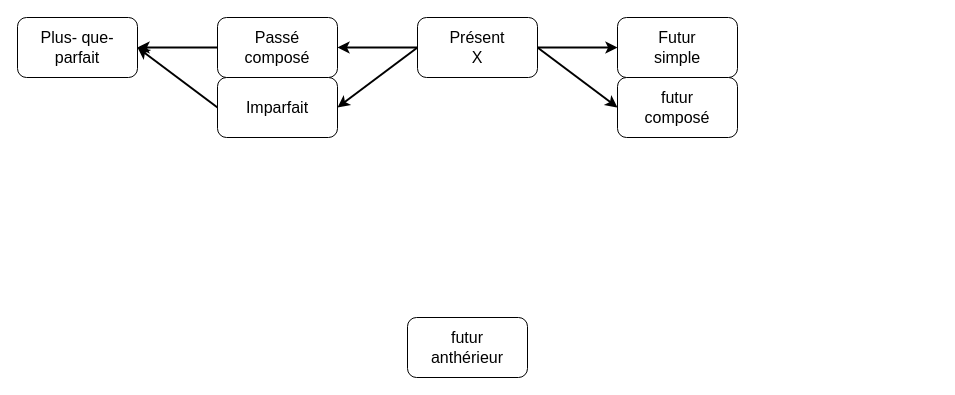
Above: _Sonstige_/Diagramme/XML/Zeitengefüge im Französischen.drawio in Maxbleibtgeheim/WBS-Norderstedt (draw.io), before the change. Source tidied: cells renumbered, new cells numbered last; positions are measured from the earlier drawing's top-left corner, leaving out a move shared by most shapes. Both pictures are drawn from the tidied source at 100%, with x=0, y=0 at pixel (17, 17).
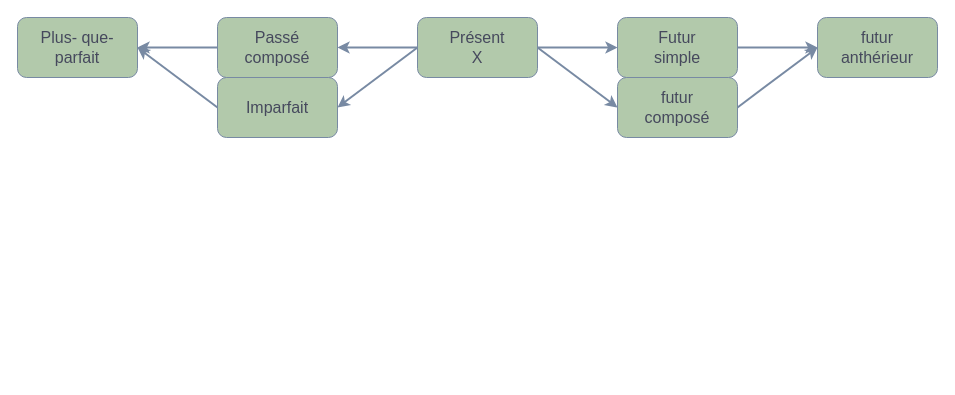
The same diagram, later.

Diff of the diagram source:
```diff
@@
 <mxGraphModel>
   <root>
     <mxCell id="0" />
     <mxCell id="1" parent="0" />
-    <mxCell id="2" style="rounded=0;jettySize=auto;html=1;strokeWidth=2;" parent="1" edge="1" source="6" target="7">
+    <mxCell id="2" style="rounded=0;jettySize=auto;html=1;strokeWidth=2;labelBackgroundColor=none;strokeColor=#788AA3;fontColor=default;" parent="1" edge="1" source="6" target="7">
       <mxGeometry relative="1" as="geometry" />
     </mxCell>
-    <mxCell id="3" style="rounded=0;jettySize=auto;html=1;strokeWidth=2;" parent="1" edge="1" source="6" target="9">
+    <mxCell id="3" style="rounded=0;jettySize=auto;html=1;strokeWidth=2;labelBackgroundColor=none;strokeColor=#788AA3;fontColor=default;" parent="1" edge="1" source="6" target="9">
       <mxGeometry relative="1" as="geometry" />
     </mxCell>
-    <mxCell id="4" style="rounded=0;jettySize=auto;html=1;entryX=1;entryY=0.5;entryDx=0;entryDy=0;exitX=0;exitY=0.5;exitDx=0;exitDy=0;strokeWidth=2;" parent="1" edge="1" source="6" target="11">
+    <mxCell id="4" style="rounded=0;jettySize=auto;html=1;entryX=1;entryY=0.5;entryDx=0;entryDy=0;exitX=0;exitY=0.5;exitDx=0;exitDy=0;strokeWidth=2;labelBackgroundColor=none;strokeColor=#788AA3;fontColor=default;" parent="1" edge="1" source="6" target="11">
       <mxGeometry relative="1" as="geometry" />
     </mxCell>
-    <mxCell id="5" style="rounded=0;jettySize=auto;html=1;entryX=0;entryY=0.5;entryDx=0;entryDy=0;exitX=1;exitY=0.5;exitDx=0;exitDy=0;strokeWidth=2;" parent="1" edge="1" source="6" target="13">
+    <mxCell id="5" style="rounded=0;jettySize=auto;html=1;entryX=0;entryY=0.5;entryDx=0;entryDy=0;exitX=1;exitY=0.5;exitDx=0;exitDy=0;strokeWidth=2;labelBackgroundColor=none;strokeColor=#788AA3;fontColor=default;" parent="1" edge="1" source="6" target="13">
       <mxGeometry relative="1" as="geometry" />
     </mxCell>
-    <mxCell id="6" value="&lt;div&gt;&lt;font style=&quot;font-size: 16px;&quot;&gt;Présent&lt;/font&gt;&lt;/div&gt;&lt;div&gt;&lt;font style=&quot;font-size: 16px;&quot;&gt;X&lt;/font&gt;&lt;/div&gt;" style="rounded=1;whiteSpace=wrap;html=1;" parent="1" vertex="1">
+    <mxCell id="6" value="&lt;div&gt;&lt;font style=&quot;font-size: 16px;&quot;&gt;Présent&lt;/font&gt;&lt;/div&gt;&lt;div&gt;&lt;font style=&quot;font-size: 16px;&quot;&gt;X&lt;/font&gt;&lt;/div&gt;" style="rounded=1;whiteSpace=wrap;html=1;labelBackgroundColor=none;fillColor=#B2C9AB;strokeColor=#788AA3;fontColor=#46495D;" parent="1" vertex="1">
       <mxGeometry x="400" width="120" height="60" as="geometry" />
     </mxCell>
+    <mxCell id="15" style="edgeStyle=orthogonalEdgeStyle;rounded=0;jettySize=auto;html=1;strokeWidth=2;labelBackgroundColor=none;strokeColor=#788AA3;fontColor=default;" parent="1" edge="1" source="7" target="14">
+      <mxGeometry relative="1" as="geometry" />
+    </mxCell>
-    <mxCell id="7" value="&lt;div&gt;&lt;font style=&quot;font-size: 16px;&quot;&gt;Futur&lt;/font&gt;&lt;/div&gt;&lt;div&gt;&lt;font style=&quot;font-size: 16px;&quot;&gt;simple&lt;/font&gt;&lt;/div&gt;" style="rounded=1;whiteSpace=wrap;html=1;" parent="1" vertex="1">
+    <mxCell id="7" value="&lt;div&gt;&lt;font style=&quot;font-size: 16px;&quot;&gt;Futur&lt;/font&gt;&lt;/div&gt;&lt;div&gt;&lt;font style=&quot;font-size: 16px;&quot;&gt;simple&lt;/font&gt;&lt;/div&gt;" style="rounded=1;whiteSpace=wrap;html=1;labelBackgroundColor=none;fillColor=#B2C9AB;strokeColor=#788AA3;fontColor=#46495D;" parent="1" vertex="1">
       <mxGeometry x="600" width="120" height="60" as="geometry" />
     </mxCell>
-    <mxCell id="8" style="rounded=0;jettySize=auto;html=1;strokeWidth=2;" parent="1" edge="1" source="9" target="12">
+    <mxCell id="8" style="rounded=0;jettySize=auto;html=1;strokeWidth=2;labelBackgroundColor=none;strokeColor=#788AA3;fontColor=default;" parent="1" edge="1" source="9" target="12">
       <mxGeometry relative="1" as="geometry" />
     </mxCell>
-    <mxCell id="9" value="&lt;div&gt;&lt;font style=&quot;font-size: 16px;&quot;&gt;Passé&lt;/font&gt;&lt;/div&gt;&lt;div&gt;&lt;font style=&quot;font-size: 16px;&quot;&gt;composé&lt;/font&gt;&lt;/div&gt;" style="rounded=1;whiteSpace=wrap;html=1;" parent="1" vertex="1">
+    <mxCell id="9" value="&lt;div&gt;&lt;font style=&quot;font-size: 16px;&quot;&gt;Passé&lt;/font&gt;&lt;/div&gt;&lt;div&gt;&lt;font style=&quot;font-size: 16px;&quot;&gt;composé&lt;/font&gt;&lt;/div&gt;" style="rounded=1;whiteSpace=wrap;html=1;labelBackgroundColor=none;fillColor=#B2C9AB;strokeColor=#788AA3;fontColor=#46495D;" parent="1" vertex="1">
       <mxGeometry x="200" width="120" height="60" as="geometry" />
     </mxCell>
-    <mxCell id="10" style="rounded=0;jettySize=auto;html=1;entryX=1;entryY=0.5;entryDx=0;entryDy=0;strokeWidth=2;exitX=0;exitY=0.5;exitDx=0;exitDy=0;" parent="1" edge="1" source="11" target="12">
+    <mxCell id="10" style="rounded=0;jettySize=auto;html=1;entryX=1;entryY=0.5;entryDx=0;entryDy=0;strokeWidth=2;exitX=0;exitY=0.5;exitDx=0;exitDy=0;labelBackgroundColor=none;strokeColor=#788AA3;fontColor=default;" parent="1" edge="1" source="11" target="12">
       <mxGeometry relative="1" as="geometry" />
     </mxCell>
-    <mxCell id="11" value="&lt;font style=&quot;font-size: 16px;&quot;&gt;Imparfait&lt;/font&gt;" style="rounded=1;whiteSpace=wrap;html=1;" parent="1" vertex="1">
+    <mxCell id="11" value="&lt;font style=&quot;font-size: 16px;&quot;&gt;Imparfait&lt;/font&gt;" style="rounded=1;whiteSpace=wrap;html=1;labelBackgroundColor=none;fillColor=#B2C9AB;strokeColor=#788AA3;fontColor=#46495D;" parent="1" vertex="1">
       <mxGeometry x="200" y="60" width="120" height="60" as="geometry" />
     </mxCell>
-    <mxCell id="12" value="&lt;div&gt;&lt;font style=&quot;font-size: 16px;&quot;&gt;Plus- que-&lt;/font&gt;&lt;/div&gt;&lt;div&gt;&lt;font style=&quot;font-size: 16px;&quot;&gt;parfait&lt;/font&gt;&lt;/div&gt;" style="rounded=1;whiteSpace=wrap;html=1;" parent="1" vertex="1">
+    <mxCell id="12" value="&lt;div&gt;&lt;font style=&quot;font-size: 16px;&quot;&gt;Plus- que-&lt;/font&gt;&lt;/div&gt;&lt;div&gt;&lt;font style=&quot;font-size: 16px;&quot;&gt;parfait&lt;/font&gt;&lt;/div&gt;" style="rounded=1;whiteSpace=wrap;html=1;labelBackgroundColor=none;fillColor=#B2C9AB;strokeColor=#788AA3;fontColor=#46495D;" parent="1" vertex="1">
       <mxGeometry width="120" height="60" as="geometry" />
     </mxCell>
+    <mxCell id="16" style="rounded=0;jettySize=auto;html=1;entryX=0;entryY=0.5;entryDx=0;entryDy=0;strokeWidth=2;exitX=1;exitY=0.5;exitDx=0;exitDy=0;labelBackgroundColor=none;strokeColor=#788AA3;fontColor=default;" parent="1" edge="1" source="13" target="14">
+      <mxGeometry relative="1" as="geometry" />
+    </mxCell>
-    <mxCell id="13" value="&lt;div&gt;&lt;font style=&quot;font-size: 16px;&quot;&gt;futur&lt;/font&gt;&lt;/div&gt;&lt;div&gt;&lt;font style=&quot;font-size: 16px;&quot;&gt;composé&lt;/font&gt;&lt;/div&gt;" style="rounded=1;whiteSpace=wrap;html=1;" parent="1" vertex="1">
+    <mxCell id="13" value="&lt;div&gt;&lt;font style=&quot;font-size: 16px;&quot;&gt;futur&lt;/font&gt;&lt;/div&gt;&lt;div&gt;&lt;font style=&quot;font-size: 16px;&quot;&gt;composé&lt;/font&gt;&lt;/div&gt;" style="rounded=1;whiteSpace=wrap;html=1;labelBackgroundColor=none;fillColor=#B2C9AB;strokeColor=#788AA3;fontColor=#46495D;" parent="1" vertex="1">
       <mxGeometry x="600" y="60" width="120" height="60" as="geometry" />
     </mxCell>
-    <mxCell id="14" value="&lt;div&gt;&lt;font style=&quot;font-size: 16px;&quot;&gt;futur&lt;/font&gt;&lt;/div&gt;&lt;div&gt;&lt;font style=&quot;font-size: 16px;&quot;&gt;anthérieur&lt;/font&gt;&lt;/div&gt;" style="rounded=1;whiteSpace=wrap;html=1;" parent="1" vertex="1">
-      <mxGeometry x="390" y="300" width="120" height="60" as="geometry" />
+    <mxCell id="14" value="&lt;div&gt;&lt;font style=&quot;font-size: 16px;&quot;&gt;futur&lt;/font&gt;&lt;/div&gt;&lt;div&gt;&lt;font style=&quot;font-size: 16px;&quot;&gt;anthérieur&lt;/font&gt;&lt;/div&gt;" style="rounded=1;whiteSpace=wrap;html=1;labelBackgroundColor=none;fillColor=#B2C9AB;strokeColor=#788AA3;fontColor=#46495D;" parent="1" vertex="1">
+      <mxGeometry x="800" width="120" height="60" as="geometry" />
     </mxCell>
   </root>
 </mxGraphModel>
```
